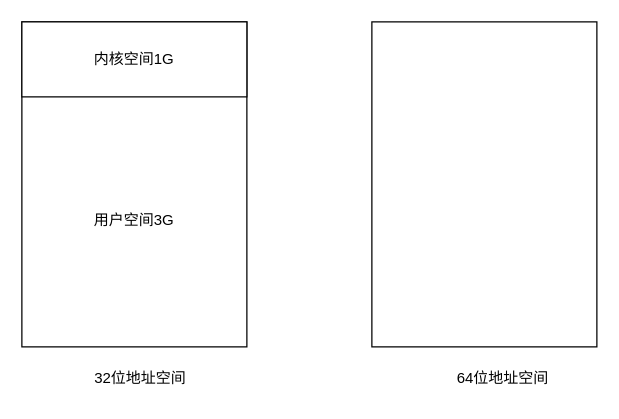
Before: 虚拟内存空间.drawio in Netech-DevNote/itquestions_pictures, a draw.io diagram. Source tidied: cells renumbered, new cells numbered last; positions are measured from the earlier drawing's top-left corner, leaving out a move shared by most shapes. Both pictures are drawn from the tidied source at 125%, with x=0, y=0 at pixel (21, 21).
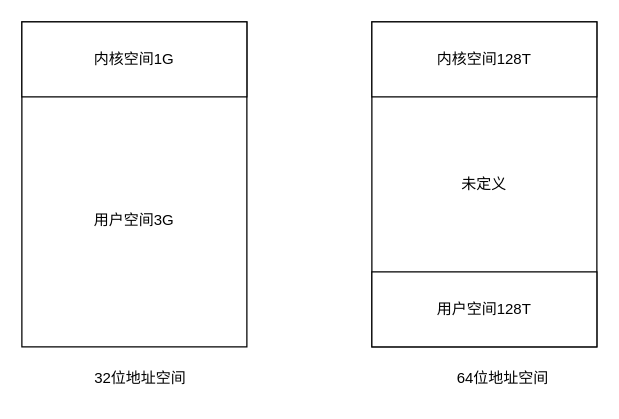
The same diagram, later.

Commit message (it also covers changes not shown here):
更新虚拟内存空间.drawio

The edit, as a diff of the source:
```diff
@@
 <mxGraphModel>
   <root>
     <mxCell id="0" />
     <mxCell id="1" parent="0" />
     <mxCell id="2" value="&lt;br&gt;&lt;br&gt;&lt;br&gt;&lt;br&gt;用户空间3G" style="rounded=0;whiteSpace=wrap;html=1;" parent="1" vertex="1">
       <mxGeometry width="180" height="260" as="geometry" />
     </mxCell>
-    <mxCell id="3" style="rounded=0;whiteSpace=wrap;html=1;" parent="1" vertex="1">
+    <mxCell id="3" value="未定义" style="rounded=0;whiteSpace=wrap;html=1;" parent="1" vertex="1">
       <mxGeometry x="280" width="180" height="260" as="geometry" />
     </mxCell>
     <mxCell id="4" value="32位地址空间" style="text;html=1;strokeColor=none;fillColor=none;align=center;verticalAlign=middle;whiteSpace=wrap;rounded=0;" parent="1" vertex="1">
       <mxGeometry x="50" y="270" width="90" height="30" as="geometry" />
     </mxCell>
     <mxCell id="5" value="64位地址空间" style="text;html=1;strokeColor=none;fillColor=none;align=center;verticalAlign=middle;whiteSpace=wrap;rounded=0;" parent="1" vertex="1">
       <mxGeometry x="340" y="270" width="90" height="30" as="geometry" />
     </mxCell>
     <mxCell id="6" value="内核空间1G" style="rounded=0;whiteSpace=wrap;html=1;" parent="1" vertex="1">
       <mxGeometry width="180" height="60" as="geometry" />
     </mxCell>
+    <mxCell id="7" value="内核空间128T" style="rounded=0;whiteSpace=wrap;html=1;" parent="1" vertex="1">
+      <mxGeometry x="280" width="180" height="60" as="geometry" />
+    </mxCell>
+    <mxCell id="8" value="用户空间128T" style="rounded=0;whiteSpace=wrap;html=1;" parent="1" vertex="1">
+      <mxGeometry x="280" y="200" width="180" height="60" as="geometry" />
+    </mxCell>
   </root>
 </mxGraphModel>
```
